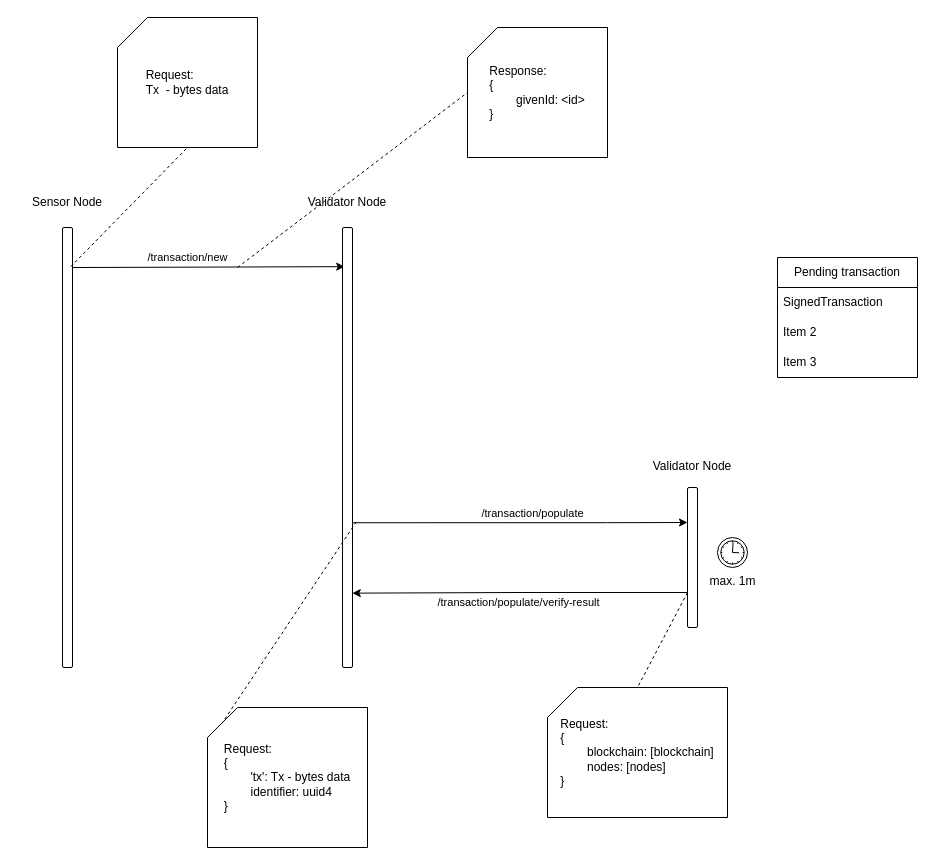
Earlier version of the draw.io diagram page "TransactionProcess" (5 of 6) of schematy.drawio (pjpawel/pos-iot). Source tidied: cells renumbered, new cells numbered last; positions are measured from the earlier drawing's top-left corner, leaving out a move shared by most shapes. Both pictures are drawn from the tidied source at 100%, with x=0, y=0 at pixel (17, 17).
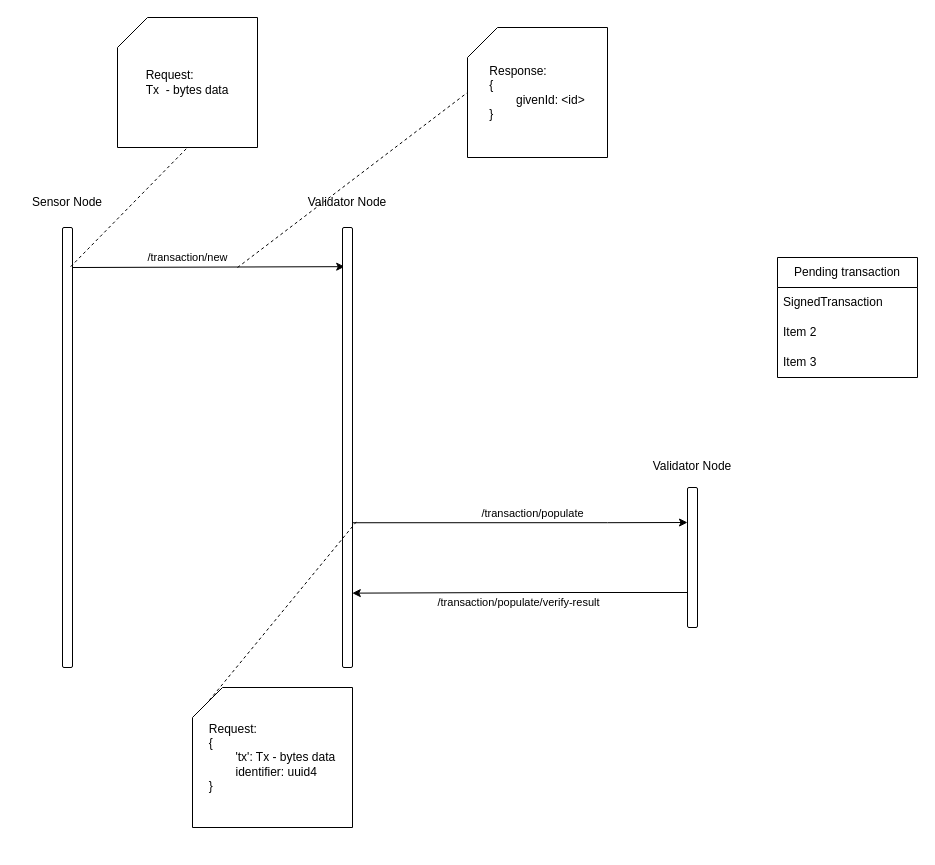
Above is the later version.

The change refers to these unchanged cells:
```xml
<mxCell id="17" style="rounded=1;whiteSpace=wrap;html=1;" parent="1" vertex="1">
  <mxGeometry x="670" y="470" width="10" height="140" as="geometry" />
</mxCell>
```

The edit, as a diff of the source:
```diff
@@
-    <mxCell id="12" value="&lt;div style=&quot;text-align: left;&quot;&gt;&lt;span style=&quot;background-color: initial;&quot;&gt;Request:&lt;/span&gt;&lt;/div&gt;&lt;div style=&quot;text-align: left;&quot;&gt;&lt;span style=&quot;background-color: initial;&quot;&gt;{&lt;/span&gt;&lt;/div&gt;&lt;div style=&quot;text-align: left;&quot;&gt;&lt;span style=&quot;background-color: initial; white-space: pre;&quot;&gt;&#9;&lt;/span&gt;blockchain: [blockchain]&lt;/div&gt;&lt;div style=&quot;text-align: left;&quot;&gt;&lt;span style=&quot;white-space: pre;&quot;&gt;&#9;&lt;/span&gt;nodes: [nodes]&lt;br&gt;&lt;/div&gt;&lt;div style=&quot;text-align: left;&quot;&gt;&lt;span style=&quot;background-color: initial;&quot;&gt;}&lt;/span&gt;&lt;/div&gt;" style="shape=card;whiteSpace=wrap;html=1;" parent="1" vertex="1">
-      <mxGeometry x="530" y="670" width="180" height="130" as="geometry" />
-    </mxCell>
     <mxCell id="13" value="&lt;div style=&quot;text-align: left;&quot;&gt;&lt;span style=&quot;background-color: initial;&quot;&gt;Request:&lt;/span&gt;&lt;/div&gt;&lt;div style=&quot;text-align: left;&quot;&gt;&lt;span style=&quot;background-color: initial;&quot;&gt;{&lt;/span&gt;&lt;/div&gt;&lt;div style=&quot;text-align: left;&quot;&gt;&lt;span style=&quot;white-space: pre;&quot;&gt;&#9;&lt;/span&gt;'tx': Tx - bytes data&lt;/div&gt;&lt;div style=&quot;text-align: left;&quot;&gt;&lt;span style=&quot;white-space: pre;&quot;&gt;&#9;&lt;/span&gt;identifier: uuid4&lt;br&gt;&lt;/div&gt;&lt;div style=&quot;text-align: left;&quot;&gt;}&lt;/div&gt;" style="shape=card;whiteSpace=wrap;html=1;" parent="1" vertex="1">
-      <mxGeometry x="190" y="690" width="160" height="140" as="geometry" />
+      <mxGeometry x="175" y="670" width="160" height="140" as="geometry" />
     </mxCell>
@@
-    <mxCell id="25" value="max. 1m" style="shape=mxgraph.bpmn.event;html=1;verticalLabelPosition=bottom;labelBackgroundColor=#ffffff;verticalAlign=top;align=center;perimeter=ellipsePerimeter;outline=standard;symbol=timer;" parent="1" vertex="1">
-      <mxGeometry x="700" y="520" width="30" height="30" as="geometry" />
-    </mxCell>
-    <mxCell id="26" style="endArrow=none;html=1;rounded=0;entryX=0.5;entryY=0;entryDx=0;entryDy=0;entryPerimeter=0;dashed=1;exitX=0;exitY=0.75;exitDx=0;exitDy=0;" parent="1" edge="1" source="17" target="12">
-      <mxGeometry relative="1" as="geometry" />
-    </mxCell>
```
